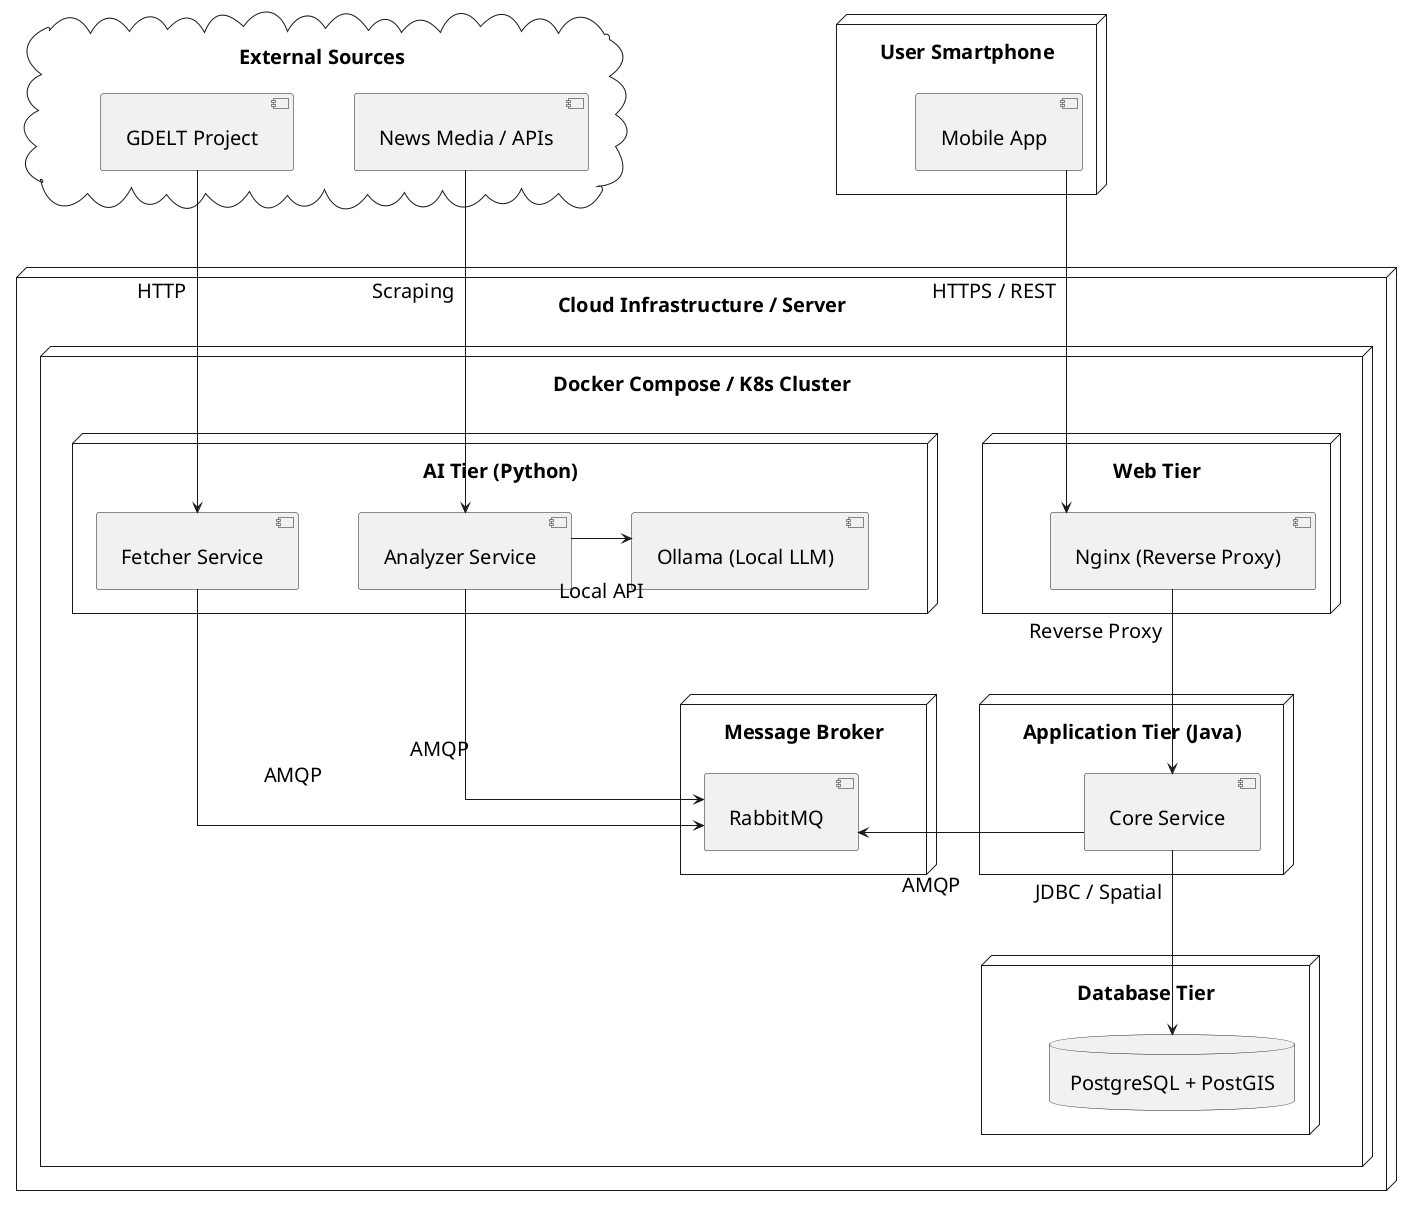
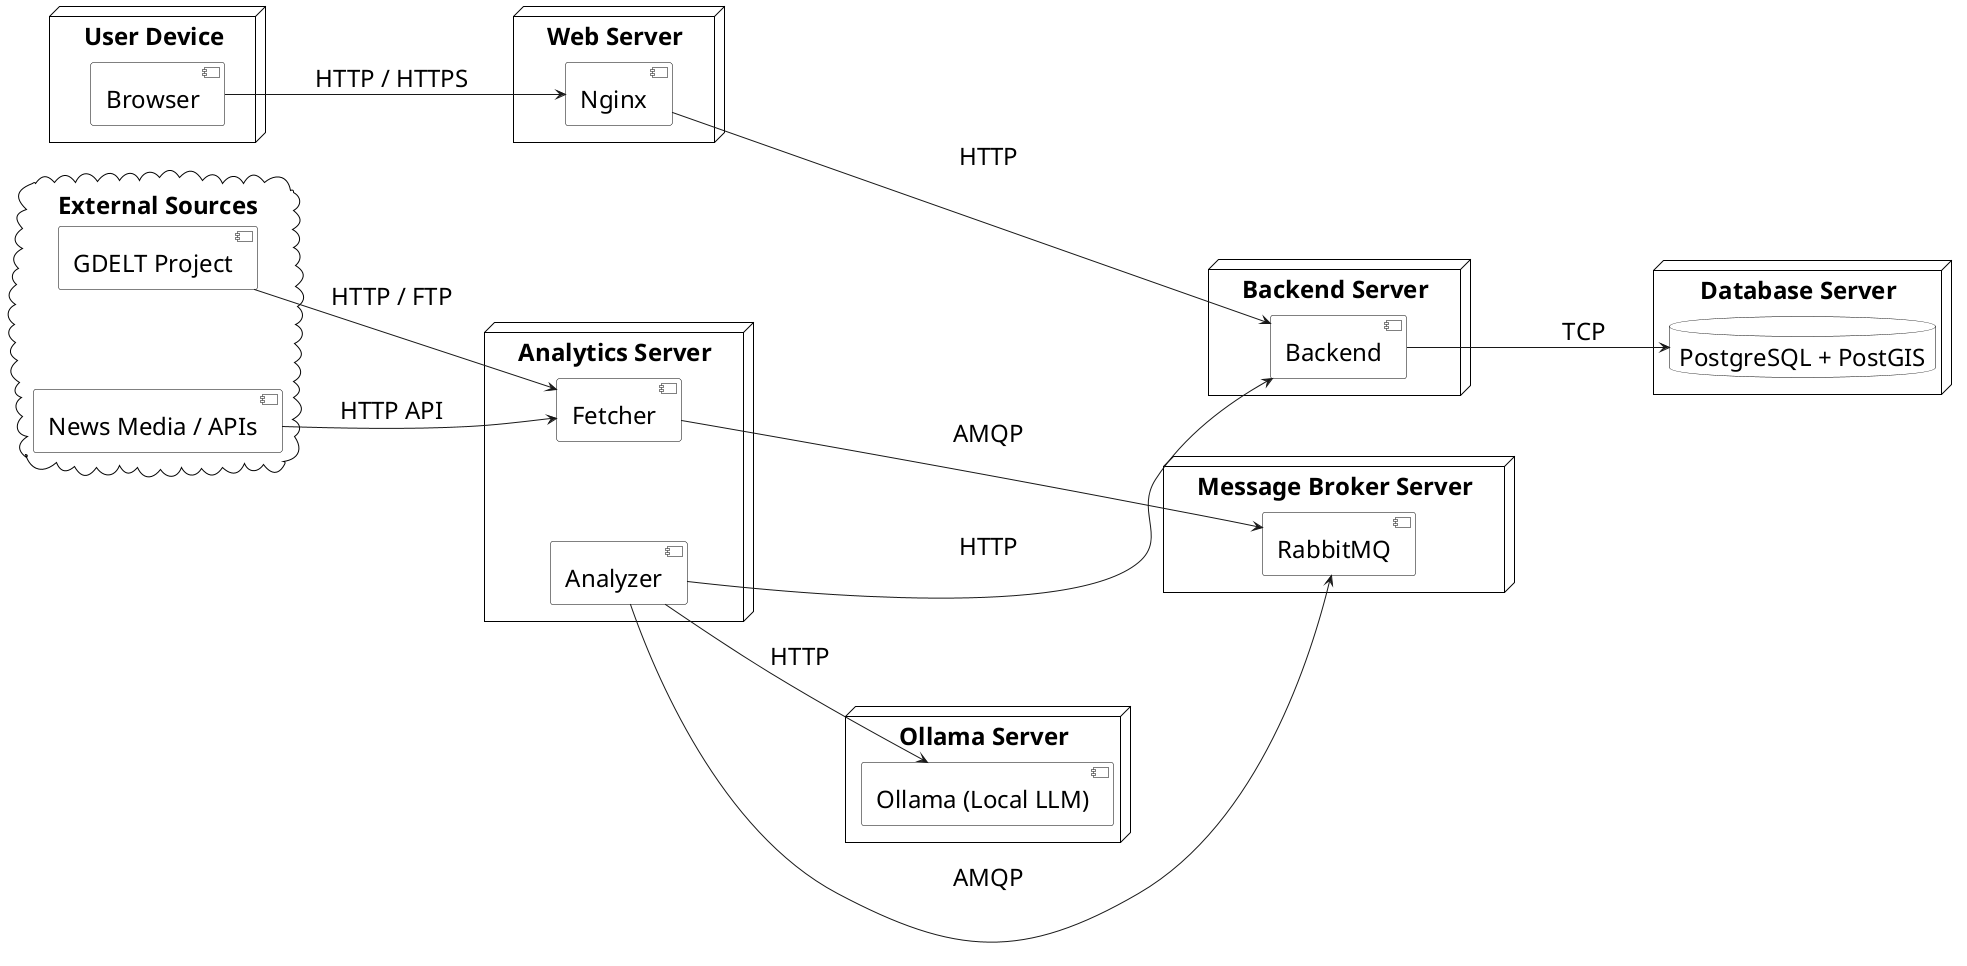
@startuml deployment_diagramm
- ' Используем направление сверху вниз
- top to bottom direction
+ left to right direction

- ' Настройки стилей
- skinparam defaultFontSize 20
- skinparam defaultFontName "Verdana"
- skinparam linetype ortho
- 
- ' Отступы
- skinparam nodesep 60
- skinparam ranksep 80
- skinparam padding 10
- 
- ' Цвета
skinparam monochrome true
skinparam shadowing false
- skinparam BackgroundColor white
+ skinparam defaultFontName "Verdana"
+ skinparam defaultFontSize 24
+ skinparam nodesep 100

- ' === 1. ВНЕШНИЙ УРОВЕНЬ ===
- node "User Smartphone" as us {
-     component [Mobile App] as Mobile
+ ' Принудительный белый фон
+ skinparam NodeBackgroundColor white
+ skinparam ComponentBackgroundColor white
+ skinparam DatabaseBackgroundColor white
+ skinparam CloudBackgroundColor white
+ 
+ skinparam NodeBorderColor black
+ skinparam ComponentBorderColor black
+ skinparam DatabaseBorderColor black
+ skinparam CloudBorderColor black
+ 
+ ' === ВНЕШНИЕ УЗЛЫ И КЛИЕНТЫ ===
+ 
+ node "User Device" {
+     component [Browser] as Browser
}

- cloud "External Sources" as es {
-     component [GDELT Project] as GDELT
-     component [News Media / APIs] as News
-     GDELT -[hidden]right- News
+ cloud "External Sources" {
+     [GDELT Project] as GDELT
+     [News Media / APIs] as News
}

- us -[hidden]right- es
+ ' === ТВОЯ СЕРВЕРНАЯ ИНФРАСТРУКТУРА (РАЗДЕЛЬНЫЕ СЕРВЕРЫ) ===
+ 
+ node "Web Server" {
+     component [Nginx] as Nginx
+ }
+ 
+ node "Analytics Server" {
+     component [Fetcher] as Fetcher
+     component [Analyzer] as Analyzer
+ }
+ 
+ node "Ollama Server" {
+     component [Ollama (Local LLM)] as Ollama
+ }
+ 
+ node "Backend Server" {
+     component [Backend] as Backend
+ }
+ 
+ node "Message Broker Server" {
+     component [RabbitMQ] as RMQ
+ }
+ 
+ node "Database Server" {
+     database "PostgreSQL + PostGIS" as DB
+ }


- ' === 2. ИНФРАСТРУКТУРА ===
- node "Cloud Infrastructure / Server" {
-     node "Docker Compose / K8s Cluster" {
+ Browser --> Nginx : HTTP / HTTPS
+ GDELT --> Fetcher : HTTP / FTP
+ News --> Fetcher : HTTP API

-         ' ЛЕВАЯ КОЛОНКА
-         node "Web Tier" as web {
-             component [Nginx (Reverse Proxy)] as Nginx
-         }
+ Nginx ---> Backend : HTTP
+ Analyzer --> Ollama : HTTP

-         node "Application Tier (Java)" as app {
-             component [Core Service] as Core
-         }
+ Fetcher ---> RMQ : AMQP
+ Analyzer ---> RMQ : AMQP
+ Analyzer ---> Backend : HTTP

-         node "Database Tier" as db_tier {
-             database "PostgreSQL + PostGIS" as DB
-         }
- 
-         ' ПРАВАЯ КОЛОНКА
-         node "AI Tier (Python)" as ai {
-             component [Fetcher Service] as Fetcher
-             component [Analyzer Service] as Analyzer
-             component [Ollama (Local LLM)] as Ollama
- 
-             Fetcher -[hidden]right- Analyzer
-             Analyzer -[hidden]right- Ollama
-         }
- 
-         node "Message Broker" as mb {
-             component [RabbitMQ] as RMQ
-         }
- 
-         ' Сетка
-         web -[hidden]right- ai
-         app -[hidden]right- mb
- 
-         web -[hidden]down- app
-         app -[hidden]down- db_tier
- 
-         ai -[hidden]down- mb
-     }
- }
- 
- ' === 3. СВЯЗИ ===
- 
- ' Добавляем \n для отступа текста от самих линий
- Mobile ---> Nginx : "\nHTTPS / REST\n"
- Nginx ---> Core : "\nReverse Proxy\n"
- Core ---> DB : "\nJDBC / Spatial\n"
- 
- GDELT ---> Fetcher : "\nHTTP\n"
- News ---> Analyzer : "\nScraping\n"
- 
- ' ИСПРАВЛЕНИЕ ЗДЕСЬ: Удлиняем стрелку (-right->) и добавляем \n, чтобы текст не наезжал
- Analyzer -right-> Ollama : "\nLocal API\n"
- 
- Fetcher ---> RMQ : "\nAMQP\n"
- Analyzer ---> RMQ : "\nAMQP\n"
- 
- ' Связь между колонками
- Core -> RMQ : "\nAMQP\n"
+ Backend ---> DB : TCP

@enduml